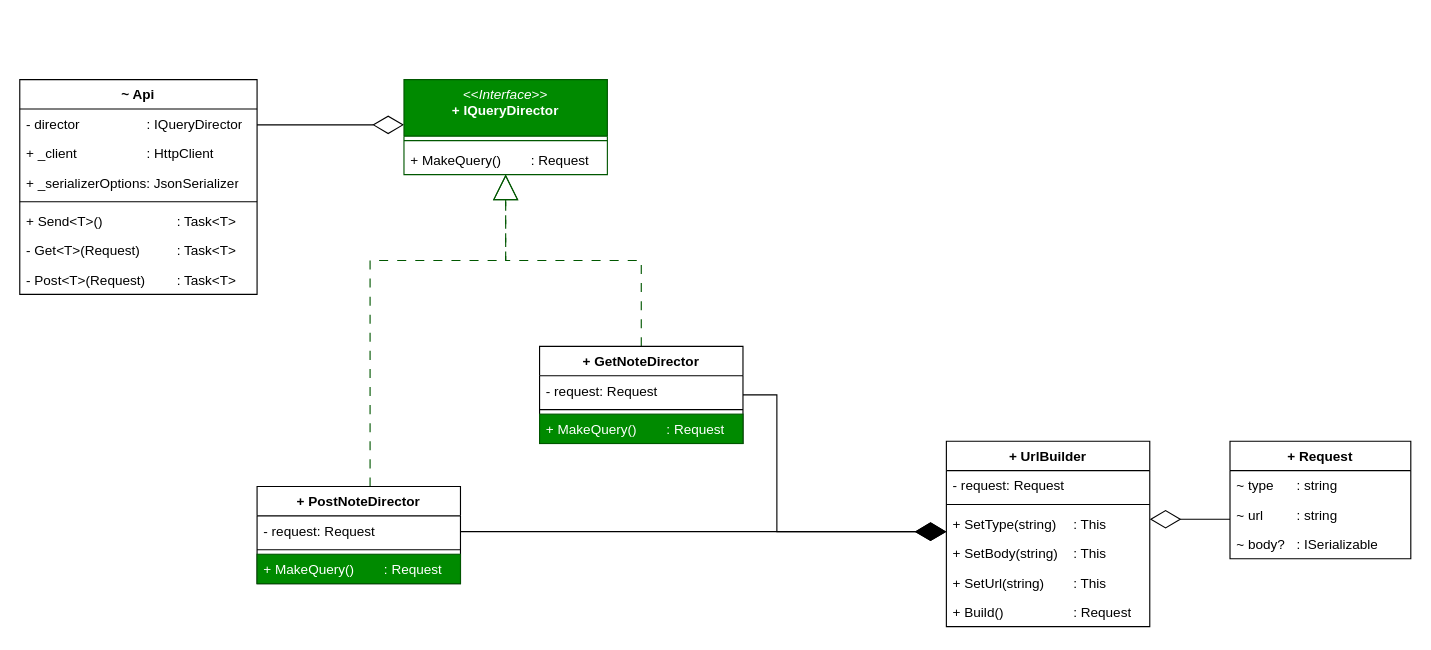
Before: bus.logic/ApiService/doc/ApiService.drawio in MAUI-SI-IOS/NoteHub-Client, a draw.io diagram. Source tidied: cells renumbered, new cells numbered last; positions are measured from the earlier drawing's top-left corner, leaving out a move shared by most shapes. Both pictures are drawn from the tidied source at 113%, with x=0, y=0 at pixel (19, 79).
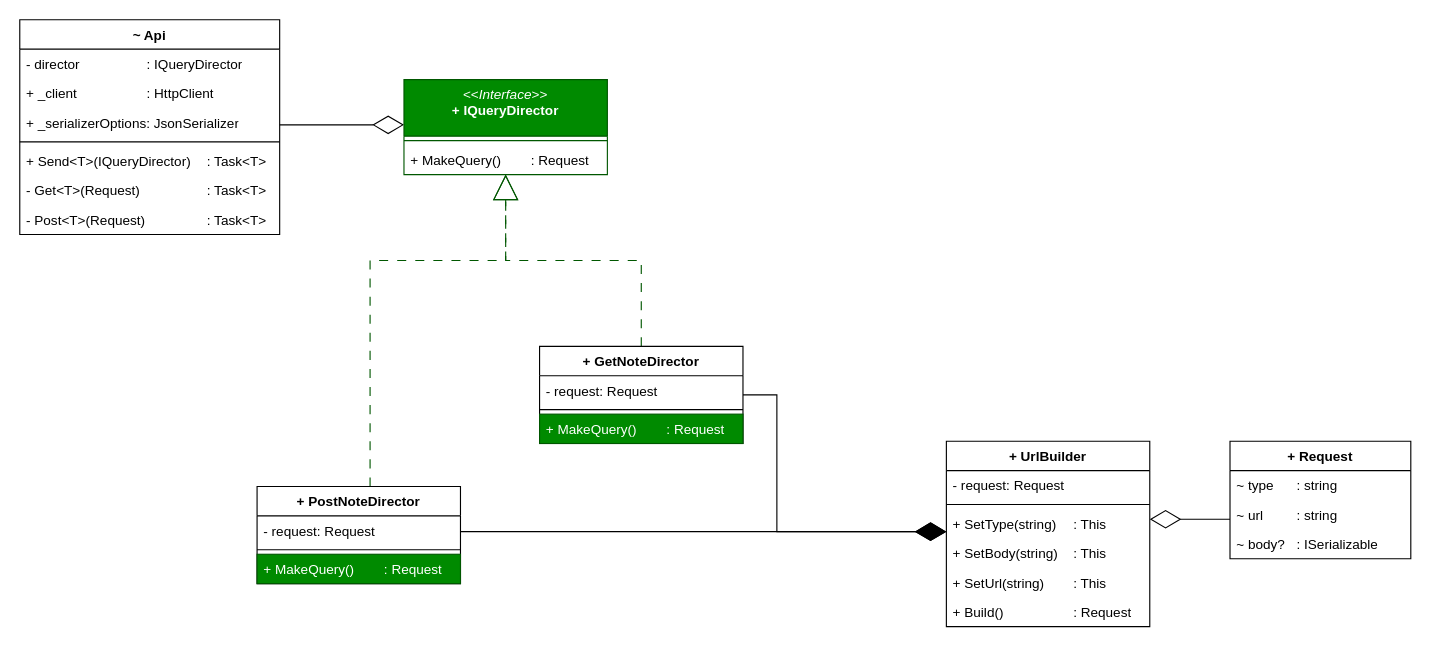
The same page after the edit.

What changed in the source:
```diff
@@
     <mxCell id="10" value="~ Api" style="swimlane;fontStyle=1;align=center;verticalAlign=top;horizontal=1;startSize=26;whiteSpace=wrap;html=1;" parent="1" vertex="1">
-      <mxGeometry width="210" height="190" as="geometry" />
+      <mxGeometry y="-53" width="230" height="190" as="geometry" />
     </mxCell>
     <mxCell id="11" value="- director&lt;span style=&quot;white-space: pre;&quot;&gt;&#9;&lt;/span&gt;&lt;span style=&quot;white-space: pre;&quot;&gt;&#9;&lt;/span&gt;&lt;span style=&quot;white-space: pre;&quot;&gt;&#9;&lt;/span&gt;: IQueryDirector" style="text;strokeColor=none;fillColor=none;align=left;verticalAlign=top;spacingLeft=4;spacingRight=4;overflow=hidden;whiteSpace=wrap;html=1;" parent="10" vertex="1">
-      <mxGeometry y="26" width="210" height="26" as="geometry" />
+      <mxGeometry y="26" width="230" height="26" as="geometry" />
     </mxCell>
     <mxCell id="12" value="+ _client&lt;span style=&quot;white-space: pre;&quot;&gt;&#9;&lt;/span&gt;&lt;span style=&quot;white-space: pre;&quot;&gt;&#9;&lt;/span&gt;&lt;span style=&quot;white-space: pre;&quot;&gt;&#9;&lt;/span&gt;: HttpClient" style="text;strokeColor=none;fillColor=none;align=left;verticalAlign=top;spacingLeft=4;spacingRight=4;overflow=hidden;whiteSpace=wrap;html=1;" parent="10" vertex="1">
-      <mxGeometry y="52" width="210" height="26" as="geometry" />
+      <mxGeometry y="52" width="230" height="26" as="geometry" />
     </mxCell>
     <mxCell id="13" value="+ _serializerOptions: JsonSerializer" style="text;strokeColor=none;fillColor=none;align=left;verticalAlign=top;spacingLeft=4;spacingRight=4;overflow=hidden;whiteSpace=wrap;html=1;" parent="10" vertex="1">
-      <mxGeometry y="78" width="210" height="26" as="geometry" />
+      <mxGeometry y="78" width="230" height="26" as="geometry" />
     </mxCell>
     <mxCell id="14" style="line;strokeWidth=1;fillColor=none;align=left;verticalAlign=middle;spacingTop=-1;spacingLeft=3;spacingRight=3;labelPosition=right;strokeColor=inherit;" parent="10" vertex="1">
-      <mxGeometry y="104" width="210" height="8" as="geometry" />
+      <mxGeometry y="104" width="230" height="8" as="geometry" />
     </mxCell>
-    <mxCell id="15" value="+ Send&amp;lt;T&amp;gt;()&lt;span style=&quot;white-space: pre;&quot;&gt;&#9;&lt;/span&gt;&lt;span style=&quot;white-space: pre;&quot;&gt;&#9;&lt;/span&gt;&lt;span style=&quot;white-space: pre;&quot;&gt;&#9;&lt;/span&gt;: Task&amp;lt;T&amp;gt;" style="text;strokeColor=none;fillColor=none;align=left;verticalAlign=top;spacingLeft=4;spacingRight=4;overflow=hidden;whiteSpace=wrap;html=1;" parent="10" vertex="1">
-      <mxGeometry y="112" width="210" height="26" as="geometry" />
+    <mxCell id="15" value="+ Send&amp;lt;T&amp;gt;(IQueryDirector)&lt;span style=&quot;white-space: pre;&quot;&gt;&#9;&lt;/span&gt;: Task&amp;lt;T&amp;gt;" style="text;strokeColor=none;fillColor=none;align=left;verticalAlign=top;spacingLeft=4;spacingRight=4;overflow=hidden;whiteSpace=wrap;html=1;" parent="10" vertex="1">
+      <mxGeometry y="112" width="230" height="26" as="geometry" />
     </mxCell>
-    <mxCell id="16" value="- Get&amp;lt;T&amp;gt;(Request)&lt;span style=&quot;white-space: pre;&quot;&gt;&#9;&lt;/span&gt;&lt;span style=&quot;white-space: pre;&quot;&gt;&#9;&lt;/span&gt;: Task&amp;lt;T&amp;gt;" style="text;strokeColor=none;fillColor=none;align=left;verticalAlign=top;spacingLeft=4;spacingRight=4;overflow=hidden;whiteSpace=wrap;html=1;" parent="10" vertex="1">
-      <mxGeometry y="138" width="210" height="26" as="geometry" />
+    <mxCell id="16" value="- Get&amp;lt;T&amp;gt;(Request)&lt;span style=&quot;white-space: pre;&quot;&gt;&#9;&lt;/span&gt;&lt;span style=&quot;white-space: pre;&quot;&gt;&#9;&lt;span style=&quot;white-space: pre;&quot;&gt;&#9;&lt;/span&gt;&lt;/span&gt;: Task&amp;lt;T&amp;gt;" style="text;strokeColor=none;fillColor=none;align=left;verticalAlign=top;spacingLeft=4;spacingRight=4;overflow=hidden;whiteSpace=wrap;html=1;" parent="10" vertex="1">
+      <mxGeometry y="138" width="230" height="26" as="geometry" />
     </mxCell>
-    <mxCell id="17" value="- Post&amp;lt;T&amp;gt;(Request)&lt;span style=&quot;white-space: pre;&quot;&gt;&#9;&lt;/span&gt;: Task&amp;lt;T&amp;gt;" style="text;strokeColor=none;fillColor=none;align=left;verticalAlign=top;spacingLeft=4;spacingRight=4;overflow=hidden;whiteSpace=wrap;html=1;" parent="10" vertex="1">
-      <mxGeometry y="164" width="210" height="26" as="geometry" />
+    <mxCell id="17" value="- Post&amp;lt;T&amp;gt;(Request)&lt;span style=&quot;white-space: pre;&quot;&gt;&#9;&lt;span style=&quot;white-space: pre;&quot;&gt;&#9;&lt;/span&gt;&lt;/span&gt;: Task&amp;lt;T&amp;gt;" style="text;strokeColor=none;fillColor=none;align=left;verticalAlign=top;spacingLeft=4;spacingRight=4;overflow=hidden;whiteSpace=wrap;html=1;" parent="10" vertex="1">
+      <mxGeometry y="164" width="230" height="26" as="geometry" />
     </mxCell>
```
